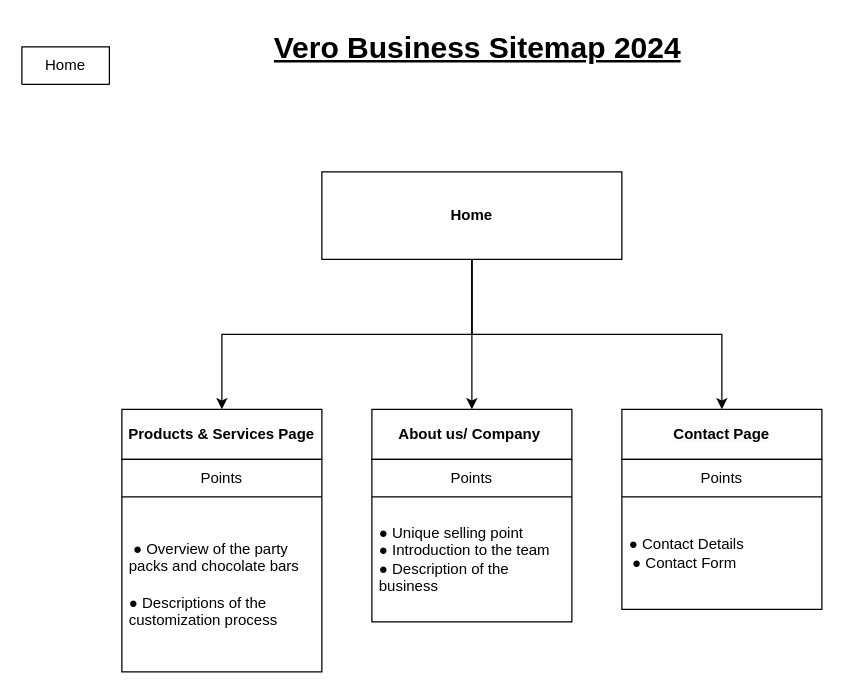
Before: Vero Business Sitemap.drawio in cskhomo/vero-ecommerce, a draw.io diagram. Source tidied: cells renumbered, new cells numbered last; positions are measured from the earlier drawing's top-left corner, leaving out a move shared by most shapes. Both pictures are drawn from the tidied source at 125%, with x=0, y=0 at pixel (21, 21).
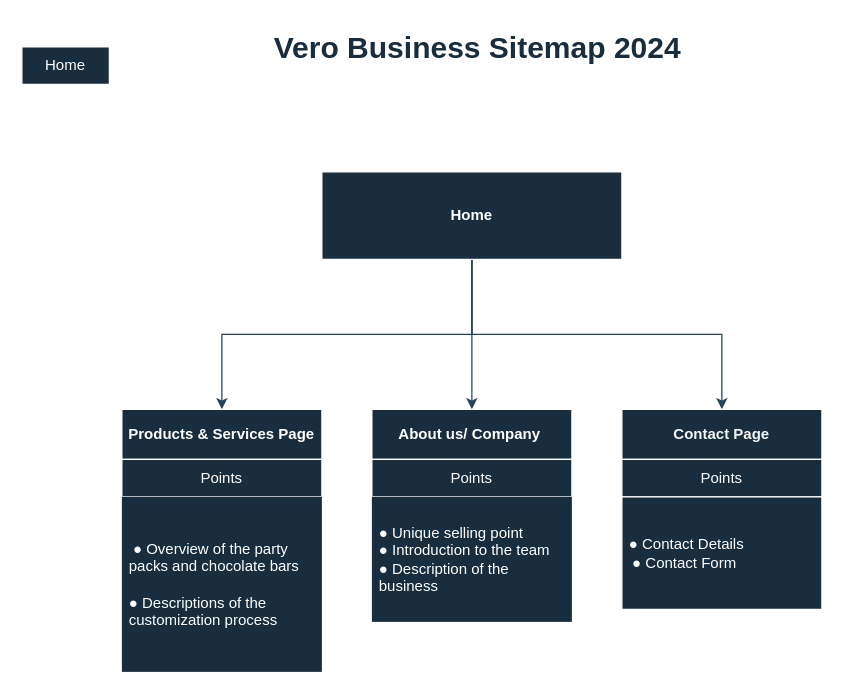
After the change.

Commit message:
Apply style to sitemap

Change to the diagram source:
```diff
@@
 <mxGraphModel>
   <root>
     <mxCell id="0" />
     <mxCell id="1" parent="0" />
-    <mxCell id="2" value="Home" style="swimlane;fontStyle=0;horizontal=1;startSize=30;whiteSpace=wrap;html=1;" parent="1" vertex="1" collapsed="1">
+    <mxCell id="2" value="Home" style="swimlane;fontStyle=0;horizontal=1;startSize=30;whiteSpace=wrap;html=1;rounded=0;labelBackgroundColor=none;fillColor=#182E3E;strokeColor=#FFFFFF;fontColor=#FFFFFF;" parent="1" vertex="1" collapsed="1">
       <mxGeometry y="20" width="70" height="30" as="geometry" />
     </mxCell>
-    <mxCell id="3" style="edgeStyle=orthogonalEdgeStyle;rounded=0;jettySize=auto;html=1;" parent="1" edge="1" source="6" target="9">
+    <mxCell id="3" style="edgeStyle=orthogonalEdgeStyle;rounded=0;jettySize=auto;html=1;labelBackgroundColor=none;strokeColor=#23445D;fontColor=default;" parent="1" edge="1" source="6" target="9">
       <mxGeometry relative="1" as="geometry" />
     </mxCell>
-    <mxCell id="4" style="edgeStyle=orthogonalEdgeStyle;rounded=0;jettySize=auto;html=1;" parent="1" edge="1" source="6" target="13">
+    <mxCell id="4" style="edgeStyle=orthogonalEdgeStyle;rounded=0;jettySize=auto;html=1;labelBackgroundColor=none;strokeColor=#23445D;fontColor=default;" parent="1" edge="1" source="6" target="13">
       <mxGeometry relative="1" as="geometry" />
     </mxCell>
-    <mxCell id="5" style="edgeStyle=orthogonalEdgeStyle;rounded=0;jettySize=auto;html=1;" parent="1" edge="1" source="6" target="17">
+    <mxCell id="5" style="edgeStyle=orthogonalEdgeStyle;rounded=0;jettySize=auto;html=1;labelBackgroundColor=none;strokeColor=#23445D;fontColor=default;" parent="1" edge="1" source="6" target="17">
       <mxGeometry relative="1" as="geometry" />
     </mxCell>
-    <mxCell id="6" value="&lt;b&gt;Home&lt;/b&gt;" style="rounded=0;whiteSpace=wrap;html=1;" parent="1" vertex="1">
+    <mxCell id="6" value="&lt;b&gt;Home&lt;/b&gt;" style="rounded=0;whiteSpace=wrap;html=1;labelBackgroundColor=none;fillColor=#182E3E;strokeColor=#FFFFFF;fontColor=#FFFFFF;" parent="1" vertex="1">
       <mxGeometry x="240" y="120" width="240" height="70" as="geometry" />
     </mxCell>
-    <mxCell id="7" value="&lt;h1 style=&quot;margin-top: 0px;&quot;&gt;&lt;u&gt;Vero Business Sitemap 2024&lt;/u&gt;&lt;/h1&gt;" style="text;html=1;whiteSpace=wrap;overflow=hidden;rounded=0;" parent="1" vertex="1">
+    <mxCell id="7" value="&lt;h1 style=&quot;margin-top: 0px;&quot;&gt;&lt;u&gt;&lt;font color=&quot;#182e3e&quot;&gt;Vero Business Sitemap 2024&lt;/font&gt;&lt;/u&gt;&lt;/h1&gt;" style="text;html=1;whiteSpace=wrap;overflow=hidden;rounded=0;labelBackgroundColor=none;fontColor=#ffffff;fillColor=none;strokeColor=none;" parent="1" vertex="1">
       <mxGeometry x="200" width="340" height="50" as="geometry" />
     </mxCell>
-    <mxCell id="8" style="group;" parent="1" vertex="1">
+    <mxCell id="8" style="group;rounded=0;labelBackgroundColor=none;fontColor=#FFFFFF;" parent="1" vertex="1">
       <mxGeometry x="280" y="310" width="160" height="170" as="geometry" />
     </mxCell>
-    <mxCell id="9" value="&lt;span style=&quot;text-align: left;&quot;&gt;&lt;b&gt;About us/ Company&amp;nbsp;&lt;/b&gt;&lt;/span&gt;" style="rounded=0;whiteSpace=wrap;html=1;" parent="8" vertex="1">
+    <mxCell id="9" value="&lt;span style=&quot;text-align: left;&quot;&gt;&lt;b&gt;About us/ Company&amp;nbsp;&lt;/b&gt;&lt;/span&gt;" style="rounded=0;whiteSpace=wrap;html=1;labelBackgroundColor=none;fillColor=#182E3E;strokeColor=#FFFFFF;fontColor=#FFFFFF;" parent="8" vertex="1">
       <mxGeometry width="160" height="40" as="geometry" />
     </mxCell>
-    <mxCell id="10" value="Points" style="swimlane;fontStyle=0;horizontal=1;startSize=30;whiteSpace=wrap;html=1;" parent="8" vertex="1">
+    <mxCell id="10" value="Points" style="swimlane;fontStyle=0;horizontal=1;startSize=30;whiteSpace=wrap;html=1;rounded=0;labelBackgroundColor=none;fillColor=#182E3E;strokeColor=#FFFFFF;fontColor=#FFFFFF;" parent="8" vertex="1">
       <mxGeometry y="40" width="160" height="130" as="geometry" />
     </mxCell>
-    <mxCell id="11" value="● Unique selling point&lt;br&gt;● Introduction to the team&amp;nbsp;&lt;div&gt;● Description of the business&lt;/div&gt;" style="text;strokeColor=none;fillColor=none;align=left;verticalAlign=middle;spacingLeft=4;spacingRight=4;overflow=hidden;whiteSpace=wrap;html=1;" parent="10" vertex="1">
+    <mxCell id="11" value="● Unique selling point&lt;br&gt;● Introduction to the team&amp;nbsp;&lt;div&gt;● Description of the business&lt;/div&gt;" style="text;align=left;verticalAlign=middle;spacingLeft=4;spacingRight=4;overflow=hidden;whiteSpace=wrap;html=1;rounded=0;fillColor=#182E3E;labelBackgroundColor=none;fontColor=#FFFFFF;" parent="10" vertex="1">
       <mxGeometry y="30" width="160" height="100" as="geometry" />
     </mxCell>
-    <mxCell id="12" style="group;" parent="1" vertex="1">
-      <mxGeometry x="80" y="310" width="160" height="210" as="geometry" />
-    </mxCell>
-    <mxCell id="13" value="&lt;b style=&quot;text-align: left;&quot;&gt;Products &amp;amp; Services Page&lt;/b&gt;" style="rounded=0;whiteSpace=wrap;html=1;" parent="12" vertex="1">
-      <mxGeometry width="160" height="40" as="geometry" />
-    </mxCell>
-    <mxCell id="14" value="Points" style="swimlane;fontStyle=0;horizontal=1;startSize=30;whiteSpace=wrap;html=1;" parent="12" vertex="1">
-      <mxGeometry y="40" width="160" height="170" as="geometry" />
-    </mxCell>
-    <mxCell id="15" value="&amp;nbsp;● Overview of the party packs and chocolate bars&lt;div&gt;&lt;br&gt;&lt;div&gt;● Descriptions of the customization process&lt;/div&gt;&lt;/div&gt;" style="text;strokeColor=none;fillColor=none;align=left;verticalAlign=middle;spacingLeft=4;spacingRight=4;overflow=hidden;whiteSpace=wrap;html=1;" parent="14" vertex="1">
-      <mxGeometry y="30" width="160" height="140" as="geometry" />
-    </mxCell>
-    <mxCell id="16" style="group;" parent="1" vertex="1">
+    <mxCell id="16" style="group;rounded=0;labelBackgroundColor=none;fontColor=#FFFFFF;" parent="1" vertex="1">
       <mxGeometry x="480" y="310" width="160" height="160" as="geometry" />
     </mxCell>
-    <mxCell id="17" value="&lt;span style=&quot;color: rgb(0, 0, 0); font-family: Helvetica; font-size: 12px; font-style: normal; font-variant-ligatures: normal; font-variant-caps: normal; letter-spacing: normal; orphans: 2; text-align: left; text-indent: 0px; text-transform: none; widows: 2; word-spacing: 0px; -webkit-text-stroke-width: 0px; white-space: normal; background-color: rgb(251, 251, 251); text-decoration-thickness: initial; text-decoration-style: initial; text-decoration-color: initial; float: none; display: inline !important;&quot;&gt;&lt;b&gt;Contact Page&lt;/b&gt;&lt;/span&gt;" style="rounded=0;whiteSpace=wrap;html=1;" parent="16" vertex="1">
+    <mxCell id="17" value="&lt;span style=&quot;font-family: Helvetica; font-size: 12px; font-style: normal; font-variant-ligatures: normal; font-variant-caps: normal; letter-spacing: normal; orphans: 2; text-align: left; text-indent: 0px; text-transform: none; widows: 2; word-spacing: 0px; -webkit-text-stroke-width: 0px; white-space: normal; text-decoration-thickness: initial; text-decoration-style: initial; text-decoration-color: initial; float: none; display: inline !important;&quot;&gt;&lt;b style=&quot;&quot;&gt;&lt;font color=&quot;#f5f5f5&quot;&gt;Contact Page&lt;/font&gt;&lt;/b&gt;&lt;/span&gt;" style="rounded=0;whiteSpace=wrap;html=1;labelBackgroundColor=none;fillColor=#182E3E;strokeColor=#FFFFFF;fontColor=#FFFFFF;" parent="16" vertex="1">
       <mxGeometry width="160" height="40" as="geometry" />
     </mxCell>
-    <mxCell id="18" value="Points" style="swimlane;fontStyle=0;horizontal=1;startSize=30;whiteSpace=wrap;html=1;" parent="16" vertex="1">
+    <mxCell id="18" value="Points" style="swimlane;fontStyle=0;horizontal=1;startSize=30;whiteSpace=wrap;html=1;rounded=0;labelBackgroundColor=none;fillColor=#182E3E;strokeColor=#FFFFFF;fontColor=#FFFFFF;" parent="16" vertex="1">
       <mxGeometry y="40" width="160" height="120" as="geometry" />
     </mxCell>
-    <mxCell id="19" value="&lt;div style=&quot;text-align: center;&quot;&gt;&lt;span style=&quot;text-align: left; background-color: initial;&quot;&gt;● Contact Details&lt;/span&gt;&lt;/div&gt;&lt;div style=&quot;text-align: center;&quot;&gt;&lt;span style=&quot;text-align: left;&quot;&gt;● Contact Form&amp;nbsp;&lt;/span&gt;&lt;/div&gt;" style="text;strokeColor=none;fillColor=none;align=left;verticalAlign=middle;spacingLeft=4;spacingRight=4;overflow=hidden;whiteSpace=wrap;html=1;" parent="18" vertex="1">
+    <mxCell id="19" value="&lt;div style=&quot;text-align: center;&quot;&gt;&lt;span style=&quot;text-align: left; background-color: initial;&quot;&gt;● Contact Details&lt;/span&gt;&lt;/div&gt;&lt;div style=&quot;text-align: center;&quot;&gt;&lt;span style=&quot;text-align: left;&quot;&gt;● Contact Form&amp;nbsp;&lt;/span&gt;&lt;/div&gt;" style="text;strokeColor=#FFFFFF;fillColor=#182E3E;align=left;verticalAlign=middle;spacingLeft=4;spacingRight=4;overflow=hidden;whiteSpace=wrap;html=1;rounded=0;fontColor=#FFFFFF;labelBackgroundColor=none;" parent="18" vertex="1">
       <mxGeometry y="30" width="160" height="90" as="geometry" />
     </mxCell>
+    <mxCell id="13" value="&lt;b style=&quot;text-align: left;&quot;&gt;Products &amp;amp; Services Page&lt;/b&gt;" style="rounded=0;whiteSpace=wrap;html=1;labelBackgroundColor=none;fillColor=#182E3E;strokeColor=#FFFFFF;fontColor=#FFFFFF;" parent="1" vertex="1">
+      <mxGeometry x="80" y="310" width="160" height="40" as="geometry" />
+    </mxCell>
+    <mxCell id="14" value="Points" style="swimlane;fontStyle=0;horizontal=1;startSize=30;whiteSpace=wrap;html=1;rounded=0;labelBackgroundColor=none;fillColor=#182E3E;strokeColor=#FFFFFF;fontColor=#FFFFFF;" parent="1" vertex="1">
+      <mxGeometry x="80" y="350" width="160" height="170" as="geometry" />
+    </mxCell>
+    <mxCell id="15" value="&amp;nbsp;● Overview of the party packs and chocolate bars&lt;div&gt;&lt;br&gt;&lt;div&gt;● Descriptions of the customization process&lt;/div&gt;&lt;/div&gt;" style="text;align=left;verticalAlign=middle;spacingLeft=4;spacingRight=4;overflow=hidden;whiteSpace=wrap;html=1;rounded=0;fillColor=#182E3E;labelBackgroundColor=none;fontColor=#FFFFFF;" parent="1" vertex="1">
+      <mxGeometry x="80" y="380" width="160" height="140" as="geometry" />
+    </mxCell>
   </root>
 </mxGraphModel>
```
